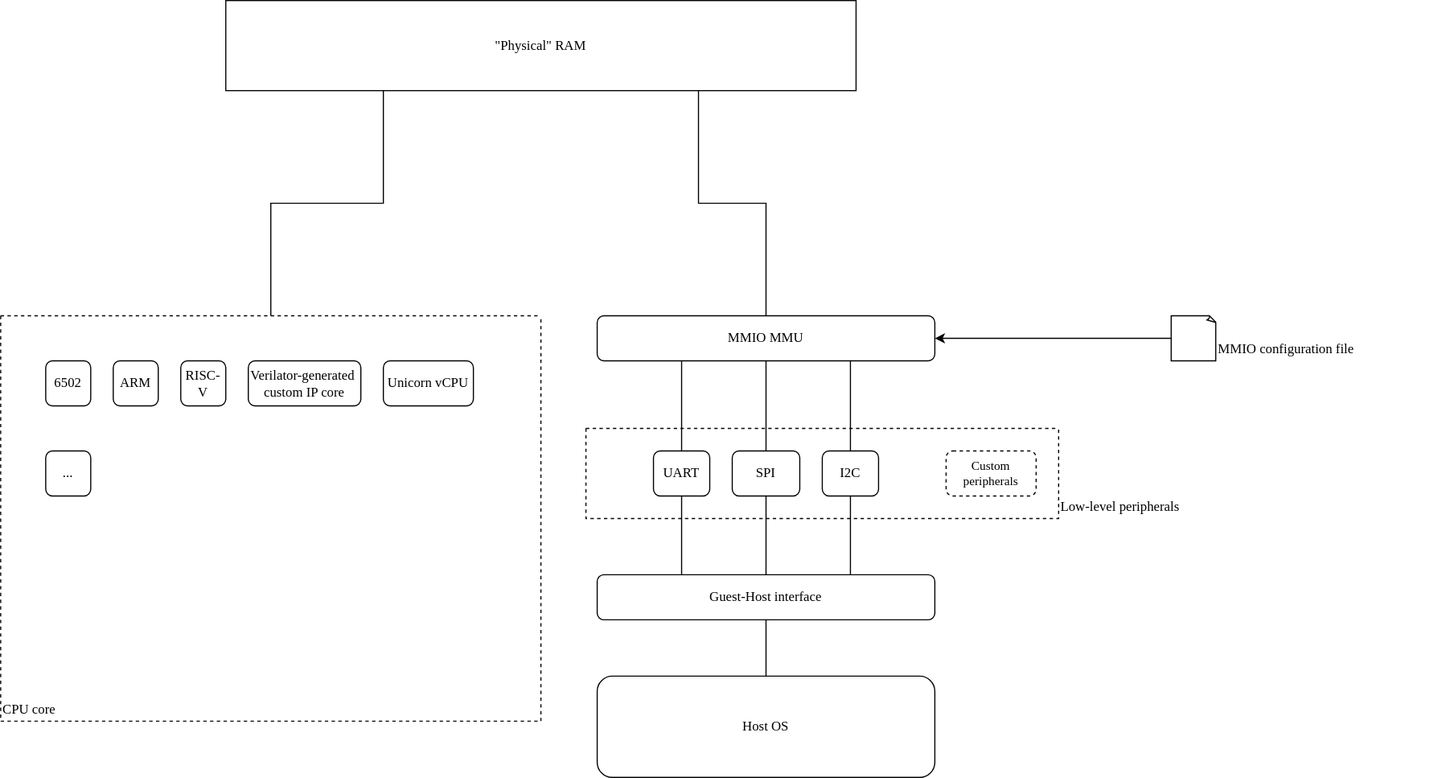
The draw.io diagram me-emu.svg in DreamChaser-luzeyu/M-EMU, before a commit. Source tidied: cells renumbered, new cells last; positions are measured from the earlier drawing's top-left corner, leaving out a move shared by most shapes.
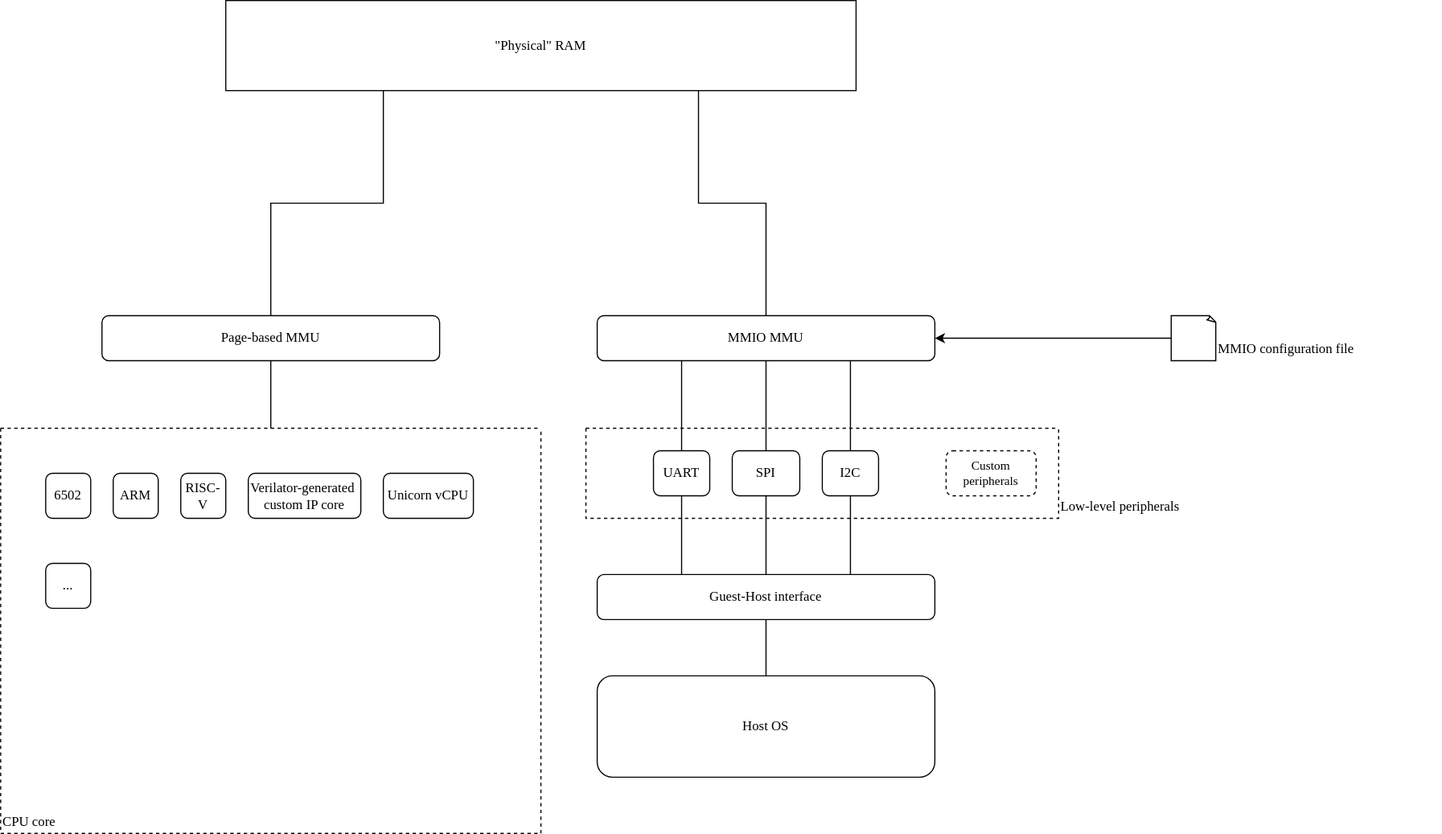
After the commit.

Change to the diagram source:
```diff
@@ -2,14 +2,14 @@
   <root>
     <mxCell id="0" />
     <mxCell id="1" parent="0" />
-    <mxCell id="2" style="edgeStyle=orthogonalEdgeStyle;rounded=0;jettySize=auto;html=1;exitX=0.25;exitY=1;exitDx=0;exitDy=0;entryX=0.5;entryY=0;entryDx=0;entryDy=0;endArrow=none;endFill=0;" parent="1" edge="1" source="3" target="4">
-      <mxGeometry relative="1" as="geometry" />
-    </mxCell>
+    <mxCell id="32" style="edgeStyle=orthogonalEdgeStyle;rounded=0;jettySize=auto;html=1;exitX=0.25;exitY=1;exitDx=0;exitDy=0;endArrow=none;endFill=0;" parent="1" edge="1" source="3" target="34">
+      <mxGeometry relative="1" as="geometry" />
+    </mxCell>
     <mxCell id="3" value="&lt;font face=&quot;Lucida Console&quot;&gt;&quot;Physical&quot; RAM&lt;/font&gt;" style="rounded=0;whiteSpace=wrap;html=1;" parent="1" vertex="1">
       <mxGeometry x="200" width="560" height="80" as="geometry" />
     </mxCell>
     <mxCell id="4" style="swimlane;startSize=0;dashed=1;" parent="1" vertex="1">
-      <mxGeometry y="280" width="480" height="360" as="geometry" />
+      <mxGeometry y="380" width="480" height="360" as="geometry" />
     </mxCell>
     <mxCell id="5" value="CPU core" style="text;html=1;strokeColor=none;fillColor=none;align=left;verticalAlign=middle;whiteSpace=wrap;rounded=0;fontFamily=Lucida Console;" parent="4" vertex="1">
       <mxGeometry y="340" width="80" height="20" as="geometry" />
@@ -92,5 +92,11 @@
     <mxCell id="31" value="Host OS" style="rounded=1;whiteSpace=wrap;html=1;fontFamily=Lucida Console;" parent="1" vertex="1">
       <mxGeometry x="530" y="600" width="300" height="90" as="geometry" />
     </mxCell>
+    <mxCell id="33" style="edgeStyle=orthogonalEdgeStyle;rounded=0;jettySize=auto;html=1;exitX=0.5;exitY=1;exitDx=0;exitDy=0;endArrow=none;endFill=0;" parent="1" edge="1" source="34" target="4">
+      <mxGeometry relative="1" as="geometry" />
+    </mxCell>
+    <mxCell id="34" value="Page-based MMU" style="rounded=1;whiteSpace=wrap;html=1;fontFamily=Lucida Console;" parent="1" vertex="1">
+      <mxGeometry x="90" y="280" width="300" height="40" as="geometry" />
+    </mxCell>
   </root>
 </mxGraphModel>
```
